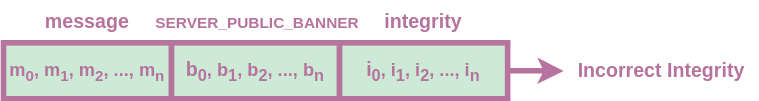
Earlier version of the draw.io export assets/image1.svg (dsabi17/cryptofun-differential-attack-and-server-flag). Source tidied: cells renumbered, new cells last; positions are measured from the earlier drawing's top-left corner, leaving out a move shared by most shapes.
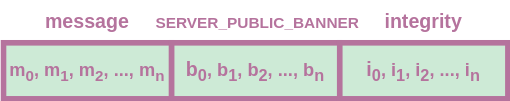
Later version of the same file.

Diff of the diagram source:
```diff
@@ -8,11 +8,6 @@
     <mxCell id="3" value="b&lt;sub&gt;0&lt;/sub&gt;&lt;span style=&quot;font-size: 13px;&quot;&gt;, b&lt;/span&gt;&lt;sub&gt;1&lt;/sub&gt;&lt;span style=&quot;font-size: 13px;&quot;&gt;, b&lt;/span&gt;&lt;sub&gt;2&lt;/sub&gt;&lt;span style=&quot;font-size: 13px;&quot;&gt;, ..., b&lt;/span&gt;&lt;sub&gt;n&lt;/sub&gt;" style="rounded=0;whiteSpace=wrap;html=1;labelBackgroundColor=none;fillColor=#CDEAD6;strokeColor=#B5739D;strokeWidth=4;fontSize=14;fontStyle=1;fontColor=#B5739D;align=center;verticalAlign=middle;fontFamily=Helvetica;" parent="1" vertex="1">
       <mxGeometry x="120" y="30" width="120" height="40" as="geometry" />
     </mxCell>
-    <mxCell id="4" style="edgeStyle=orthogonalEdgeStyle;rounded=0;jettySize=auto;html=1;exitX=1;exitY=0.5;exitDx=0;exitDy=0;strokeColor=light-dark(#b5739d, #6493b0);fontFamily=Helvetica;fontSize=12;fontColor=#ffffff;labelBackgroundColor=none;fillColor=#A8DADC;strokeWidth=4;" parent="1" edge="1" source="5">
-      <mxGeometry relative="1" as="geometry">
-        <mxPoint x="400" y="50.2" as="targetPoint" />
-      </mxGeometry>
-    </mxCell>
     <mxCell id="5" value="i&lt;sub&gt;0&lt;/sub&gt;&lt;span style=&quot;font-size: 13px;&quot;&gt;, i&lt;/span&gt;&lt;sub&gt;1&lt;/sub&gt;&lt;span style=&quot;font-size: 13px;&quot;&gt;, i&lt;/span&gt;&lt;sub&gt;2&lt;/sub&gt;&lt;span style=&quot;font-size: 13px;&quot;&gt;, ..., i&lt;/span&gt;&lt;sub&gt;n&lt;/sub&gt;" style="rounded=0;whiteSpace=wrap;html=1;labelBackgroundColor=none;fillColor=#CDEAD6;strokeColor=#B5739D;strokeWidth=4;fontSize=14;fontStyle=1;fontColor=#B5739D;align=center;verticalAlign=middle;fontFamily=Helvetica;" parent="1" vertex="1">
       <mxGeometry x="240" y="30" width="120" height="40" as="geometry" />
     </mxCell>
@@ -25,8 +20,5 @@
     <mxCell id="8" value="integrity" style="text;html=1;strokeColor=none;fillColor=none;align=center;verticalAlign=middle;whiteSpace=wrap;rounded=0;labelBackgroundColor=none;fontColor=#B5739D;fontSize=14;fontStyle=1;fontFamily=Helvetica;" parent="1" vertex="1">
       <mxGeometry x="270" width="60" height="30" as="geometry" />
     </mxCell>
-    <mxCell id="9" value="Incorrect Integrity" style="text;html=1;strokeColor=none;fillColor=none;align=center;verticalAlign=middle;whiteSpace=wrap;rounded=0;labelBackgroundColor=none;fontColor=#B5739D;fontSize=14;fontStyle=1;fontFamily=Helvetica;" parent="1" vertex="1">
-      <mxGeometry x="400" y="35" width="140" height="30" as="geometry" />
-    </mxCell>
   </root>
 </mxGraphModel>
```
